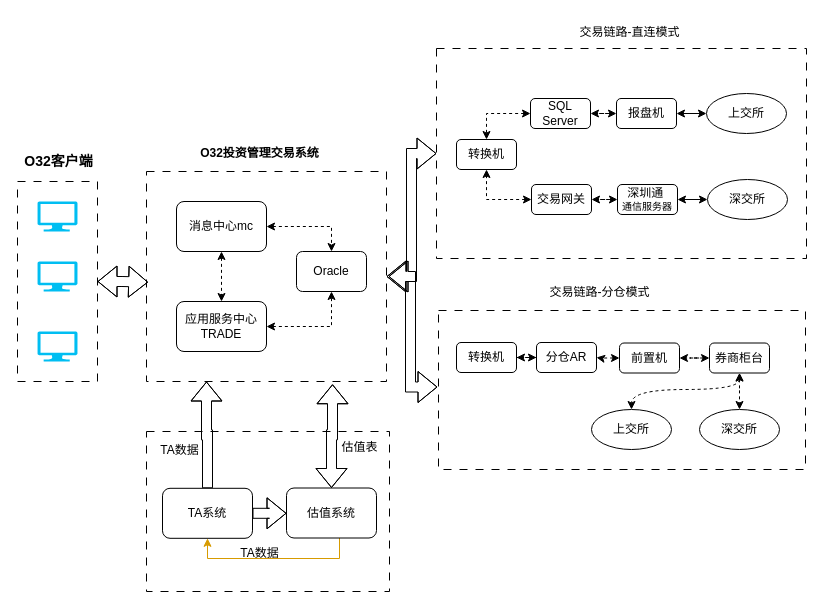
Before: draw架构图/O32系统架构图.drawio in cshiaa/tools, a draw.io diagram. Source tidied: cells renumbered, new cells numbered last; positions are measured from the earlier drawing's top-left corner, leaving out a move shared by most shapes. Both pictures are drawn from the tidied source at 100%, with x=0, y=0 at pixel (17, 17).
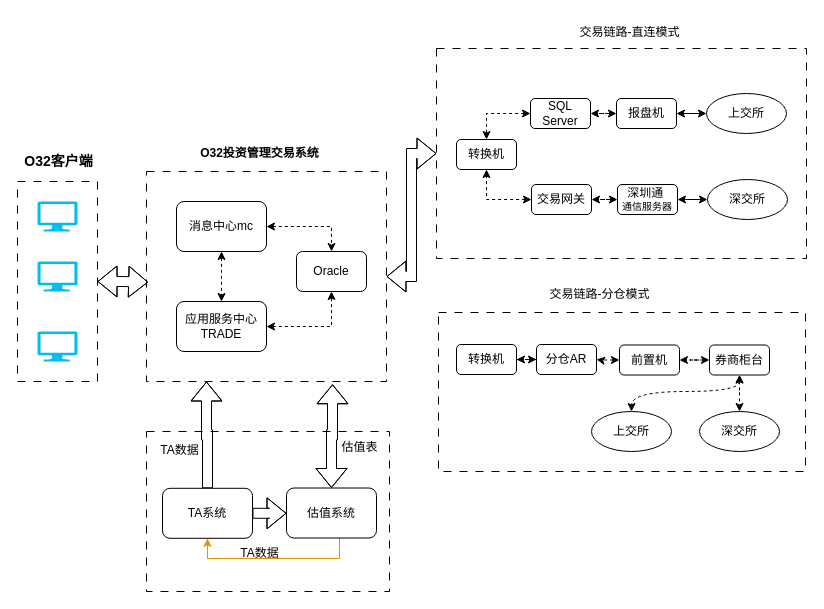
The same page after the edit.

Commit message:
更新O32系统架构图.drawio

Diff of the diagram source:
```diff
@@
-    <mxCell id="32" style="edgeStyle=orthogonalEdgeStyle;rounded=0;orthogonalLoop=1;jettySize=auto;html=1;shape=flexArrow;startArrow=block;" parent="1" edge="1">
-      <mxGeometry relative="1" as="geometry">
-        <mxPoint x="420" y="369.5" as="sourcePoint" />
-        <mxPoint x="371" y="259" as="targetPoint" />
-        <Array as="points">
-          <mxPoint x="393" y="370" />
-          <mxPoint x="393" y="259" />
-        </Array>
-      </mxGeometry>
-    </mxCell>
     <mxCell id="33" style="rounded=0;whiteSpace=wrap;html=1;dashed=1;dashPattern=8 8;" parent="1" vertex="1">
-      <mxGeometry x="421" y="293" width="367" height="159" as="geometry" />
+      <mxGeometry x="421" y="295" width="367" height="159" as="geometry" />
     </mxCell>
     <mxCell id="34" value="交易链路-分仓模式" style="text;html=1;align=center;verticalAlign=middle;strokeColor=none;fillColor=none;" parent="1" vertex="1">
-      <mxGeometry x="522" y="260" width="120" height="30" as="geometry" />
+      <mxGeometry x="522" y="262" width="120" height="30" as="geometry" />
     </mxCell>
     <mxCell id="35" value="转换机" style="rounded=1;whiteSpace=wrap;html=1;" parent="1" vertex="1">
-      <mxGeometry x="439" y="325" width="60" height="30" as="geometry" />
+      <mxGeometry x="439" y="327" width="60" height="30" as="geometry" />
     </mxCell>
@@
     <mxCell id="37" value="分仓AR" style="rounded=1;whiteSpace=wrap;html=1;" parent="1" vertex="1">
-      <mxGeometry x="519" y="325" width="60" height="30" as="geometry" />
+      <mxGeometry x="519" y="327" width="60" height="30" as="geometry" />
     </mxCell>
@@
     <mxCell id="39" value="前置机" style="rounded=1;whiteSpace=wrap;html=1;" parent="1" vertex="1">
-      <mxGeometry x="602" y="325.5" width="60" height="30" as="geometry" />
+      <mxGeometry x="602" y="327.5" width="60" height="30" as="geometry" />
     </mxCell>
@@
     <mxCell id="42" style="edgeStyle=orthogonalEdgeStyle;rounded=0;jettySize=auto;html=1;entryX=0.5;entryY=0;entryDx=0;entryDy=0;curved=1;startArrow=classic;startFill=1;dashed=1;" parent="1" edge="1" source="43" target="44">
       <mxGeometry relative="1" as="geometry">
         <Array as="points">
-          <mxPoint x="722" y="372" />
-          <mxPoint x="614" y="372" />
+          <mxPoint x="722" y="374" />
+          <mxPoint x="614" y="374" />
         </Array>
       </mxGeometry>
     </mxCell>
     <mxCell id="43" value="券商柜台" style="rounded=1;whiteSpace=wrap;html=1;" parent="1" vertex="1">
-      <mxGeometry x="692" y="325.5" width="60" height="30" as="geometry" />
+      <mxGeometry x="692" y="327.5" width="60" height="30" as="geometry" />
     </mxCell>
     <mxCell id="44" value="上交所" style="ellipse;whiteSpace=wrap;html=1;" parent="1" vertex="1">
-      <mxGeometry x="574" y="392" width="80" height="40" as="geometry" />
+      <mxGeometry x="574" y="394" width="80" height="40" as="geometry" />
     </mxCell>
     <mxCell id="45" value="深交所" style="ellipse;whiteSpace=wrap;html=1;" parent="1" vertex="1">
-      <mxGeometry x="682" y="392" width="80" height="40" as="geometry" />
+      <mxGeometry x="682" y="394" width="80" height="40" as="geometry" />
     </mxCell>
```
